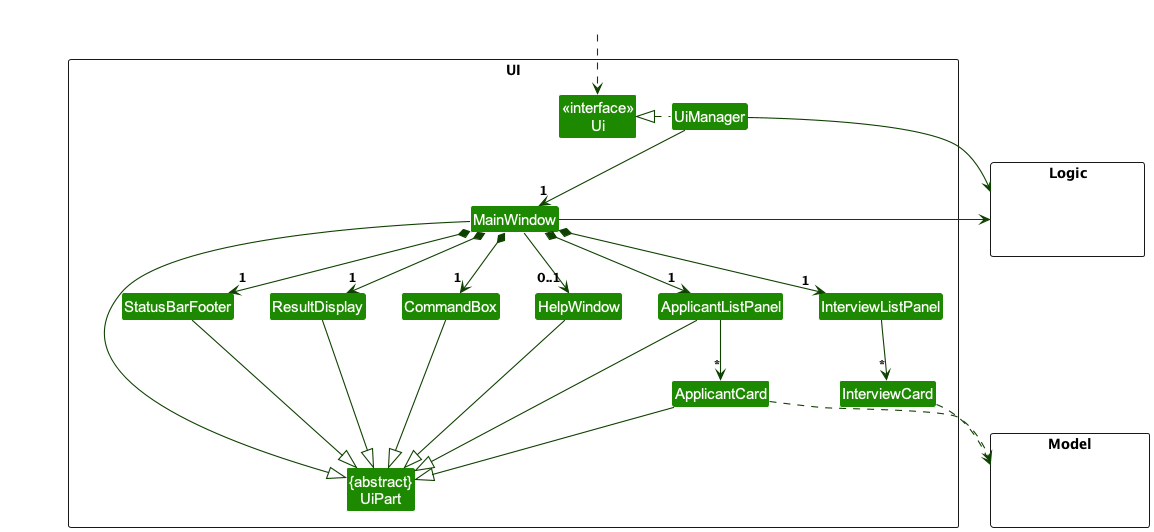
nus-cs2103-AY2324S1/tp keeps this PlantUML diagram as docs/images/UiClassDiagram.png. Above is the earlier version.
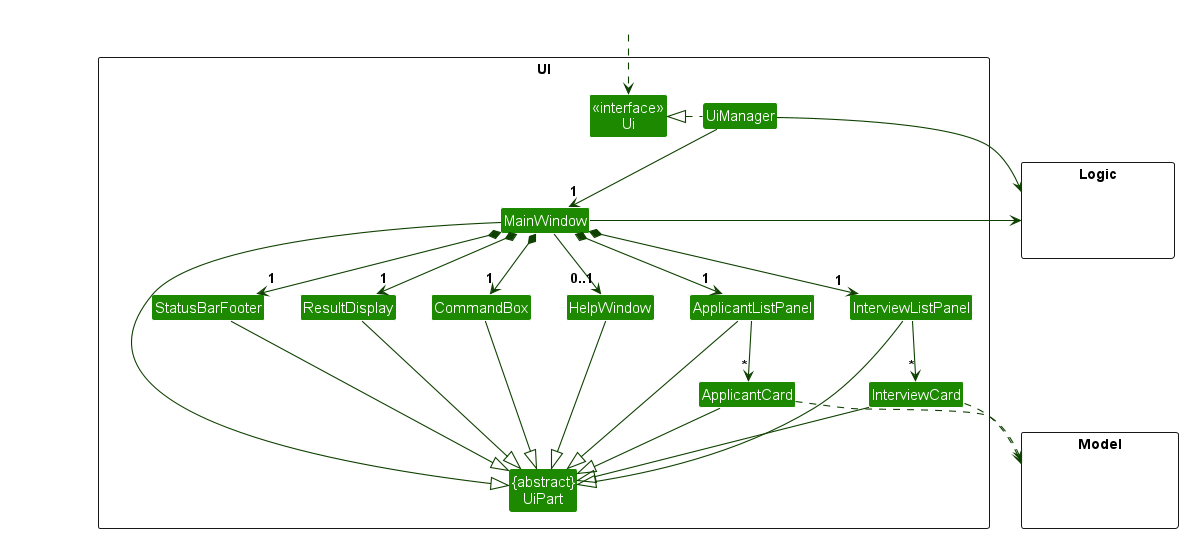
The same file after the commit.

The edit, as a diff of the source:
```diff
@@ -47,7 +47,9 @@
 ResultDisplay --|> UiPart
 CommandBox --|> UiPart
 ApplicantListPanel --|> UiPart
+InterviewListPanel --|> UiPart
 ApplicantCard --|> UiPart
+InterviewCard --|> UiPart
 StatusBarFooter --|> UiPart
 HelpWindow --|> UiPart
 
```
